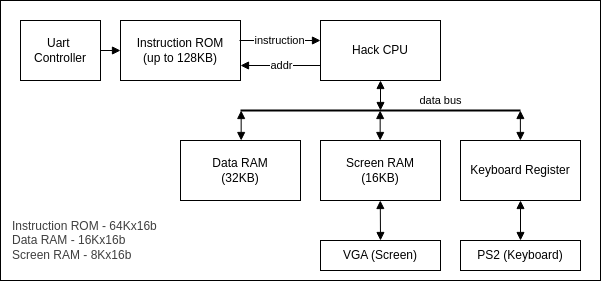
This is docs/assets/Hack_Platform_Diagram.drawio.png from feipenghhq/Hack-on-FPGA, a draw.io export, as it was before one commit. Source tidied: cells renumbered, new cells last; positions are measured from the earlier drawing's top-left corner, leaving out a move shared by most shapes.
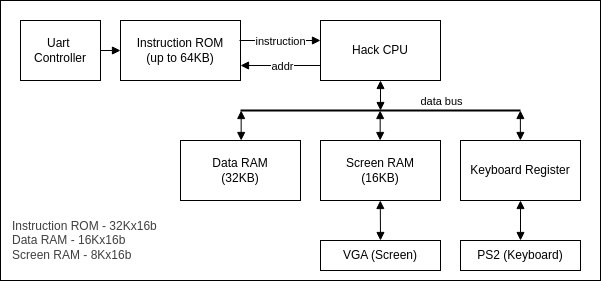
Later version of the same file.

Commit message:
Add keyboard to hack platform

The edit, as a diff of the source:
```diff
@@ -5,7 +5,7 @@
     <mxCell id="2" style="rounded=0;whiteSpace=wrap;html=1;" parent="1" vertex="1">
       <mxGeometry width="600" height="280" as="geometry" />
     </mxCell>
-    <mxCell id="3" value="Instruction ROM&lt;div&gt;(up to 128KB)&lt;/div&gt;" style="rounded=0;whiteSpace=wrap;html=1;" parent="1" vertex="1">
+    <mxCell id="3" value="Instruction ROM&lt;div&gt;(up to 64KB)&lt;/div&gt;" style="rounded=0;whiteSpace=wrap;html=1;" parent="1" vertex="1">
       <mxGeometry x="120" y="20" width="120" height="60" as="geometry" />
     </mxCell>
     <mxCell id="4" value="Data RAM&lt;br&gt;&lt;div&gt;(32KB)&lt;/div&gt;" style="rounded=0;whiteSpace=wrap;html=1;" parent="1" vertex="1">
@@ -96,7 +96,7 @@
     <mxCell id="23" style="endArrow=block;html=1;startArrow=block;startFill=1;endFill=1;entryX=0.5;entryY=0;entryDx=0;entryDy=0;exitX=0.5;exitY=1;exitDx=0;exitDy=0;" parent="1" edge="1" source="6" target="11">
       <mxGeometry relative="1" as="geometry" />
     </mxCell>
-    <mxCell id="24" value="&lt;div&gt;&lt;span style=&quot;color: rgb(63, 63, 63);&quot;&gt;Instruction ROM - 64Kx16b&lt;/span&gt;&lt;/div&gt;&lt;span style=&quot;color: rgb(63, 63, 63);&quot;&gt;Data RAM - 16Kx16b&lt;/span&gt;&lt;div&gt;&lt;span style=&quot;color: rgb(63, 63, 63);&quot;&gt;Screen RAM - 8Kx16b&lt;/span&gt;&lt;/div&gt;" style="text;html=1;align=left;verticalAlign=middle;whiteSpace=wrap;rounded=0;" parent="1" vertex="1">
+    <mxCell id="24" value="&lt;div&gt;&lt;span style=&quot;color: rgb(63, 63, 63);&quot;&gt;Instruction ROM - 32Kx16b&lt;/span&gt;&lt;/div&gt;&lt;span style=&quot;color: rgb(63, 63, 63);&quot;&gt;Data RAM - 16Kx16b&lt;/span&gt;&lt;div&gt;&lt;span style=&quot;color: rgb(63, 63, 63);&quot;&gt;Screen RAM - 8Kx16b&lt;/span&gt;&lt;/div&gt;" style="text;html=1;align=left;verticalAlign=middle;whiteSpace=wrap;rounded=0;" parent="1" vertex="1">
       <mxGeometry x="10" y="210" width="160" height="60" as="geometry" />
     </mxCell>
   </root>
```
